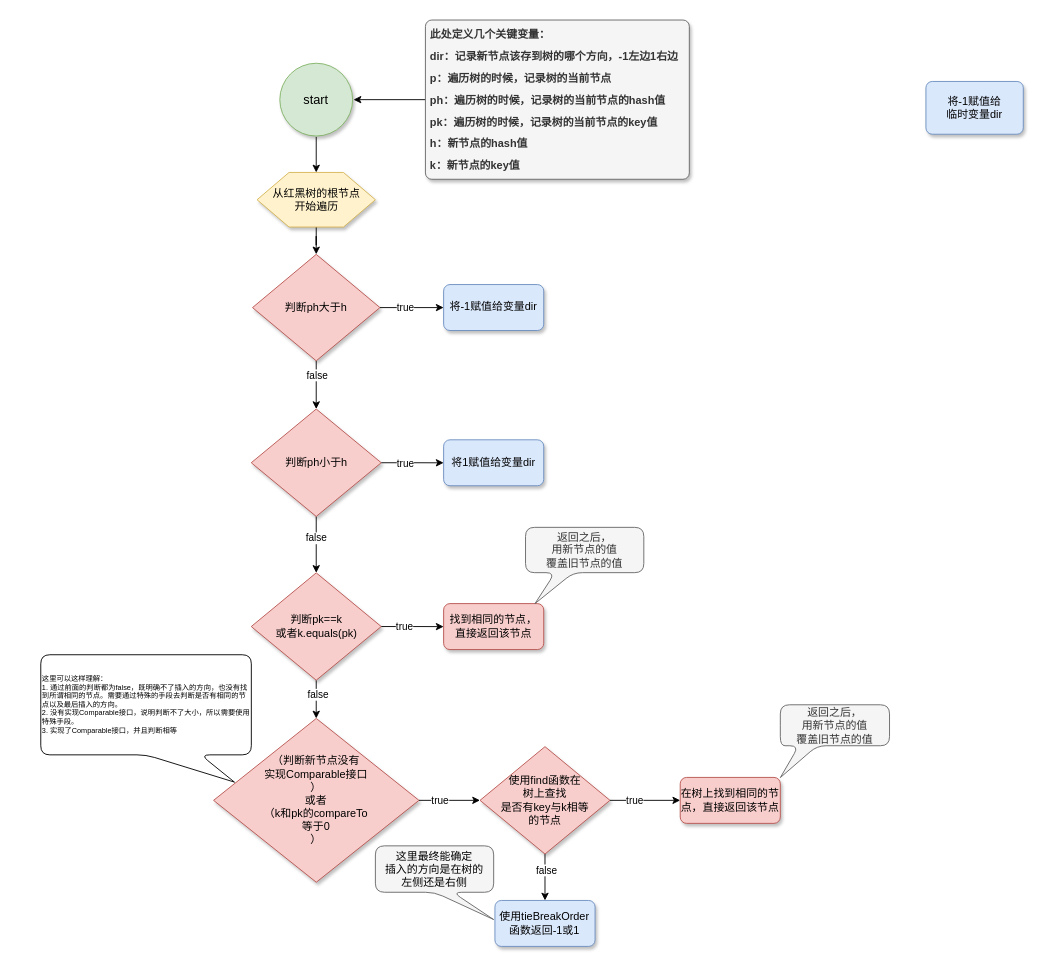
The draw.io diagram page "第 2 页" (2 of 2) of typora/JavaSE/Test.drawio in LDChing0321/JavaLearn, before the edit. Source tidied: cells renumbered, new cells numbered last; positions are measured from the earlier drawing's top-left corner, leaving out a move shared by most shapes. Both pictures are drawn from the tidied source at 91%, with x=0, y=0 at pixel (40, 19).
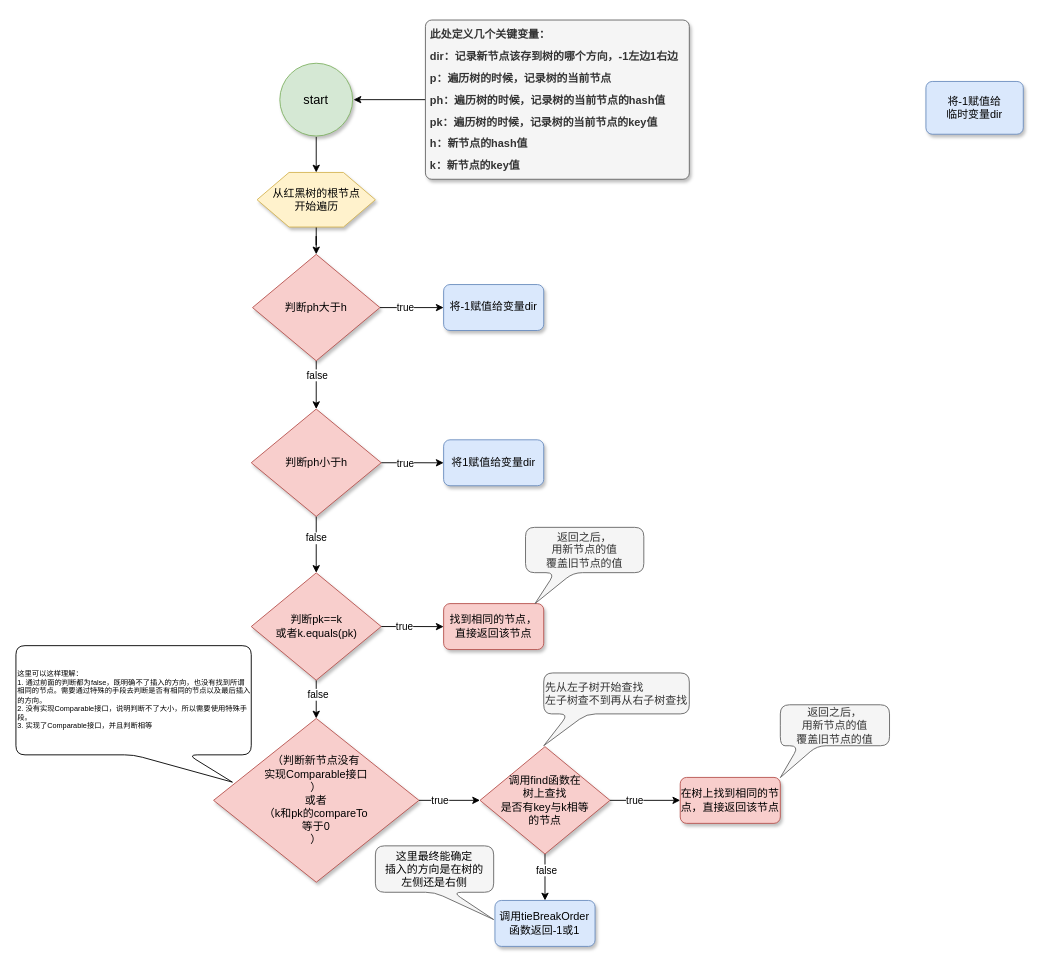
The same page after the edit.

Change to the diagram source:
```diff
@@
-    <mxCell id="34" value="使用find函数在&lt;br&gt;树上查找&lt;br&gt;是否有key与k相等&lt;br&gt;的节点" style="strokeWidth=1;html=1;shape=mxgraph.flowchart.decision;whiteSpace=wrap;fillColor=#f8cecc;strokeColor=#b85450;shadow=1;" parent="1" vertex="1">
+    <mxCell id="34" value="调用find函数在&lt;br&gt;树上查找&lt;br&gt;是否有key与k相等&lt;br&gt;的节点" style="strokeWidth=1;html=1;shape=mxgraph.flowchart.decision;whiteSpace=wrap;fillColor=#f8cecc;strokeColor=#b85450;shadow=1;" parent="1" vertex="1">
       <mxGeometry x="483" y="799" width="142.8" height="118" as="geometry" />
     </mxCell>
@@
-    <mxCell id="36" value="使用tieBreakOrder函数返回-1或1" style="rounded=1;whiteSpace=wrap;html=1;absoluteArcSize=1;arcSize=14;strokeWidth=1;fillColor=#dae8fc;strokeColor=#6c8ebf;shadow=1;" parent="1" vertex="1">
+    <mxCell id="36" value="调用tieBreakOrder函数返回-1或1" style="rounded=1;whiteSpace=wrap;html=1;absoluteArcSize=1;arcSize=14;strokeWidth=1;fillColor=#dae8fc;strokeColor=#6c8ebf;shadow=1;" parent="1" vertex="1">
       <mxGeometry x="499.4" y="968" width="110" height="50.5" as="geometry" />
     </mxCell>
@@
     <mxCell id="40" value="这里可以这样理解：&lt;br&gt;1. 通过前面的判断都为false，既明确不了插入的方向，也没有找到所谓相同的节点。需要通过特殊的手段去判断是否有相同的节点以及最后插入的方向。&lt;br&gt;2.&amp;nbsp;没有实现Comparable接口，说明判断不了大小，所以需要使用特殊手段。&lt;br&gt;3.&amp;nbsp;实现了Comparable接口，并且判断相等&lt;br&gt;" style="shape=callout;whiteSpace=wrap;perimeter=calloutPerimeter;rounded=1;position2=0.92;base=60;fontSize=8;align=left;html=1;" parent="1" vertex="1">
-      <mxGeometry x="0.3" y="698" width="231.4" height="140" as="geometry" />
+      <mxGeometry x="-27" y="688" width="258.6" height="150" as="geometry" />
     </mxCell>
+    <mxCell id="41" value="先从左子树开始查找&lt;br&gt;左子树查不到再从右子树查找" style="shape=callout;whiteSpace=wrap;html=1;perimeter=calloutPerimeter;size=35;position=0.17;position2=0;fillColor=#f5f5f5;fontColor=#333333;strokeColor=#666666;rounded=1;align=left;" parent="1" vertex="1">
+      <mxGeometry x="553" y="718" width="160" height="80" as="geometry" />
+    </mxCell>
```
